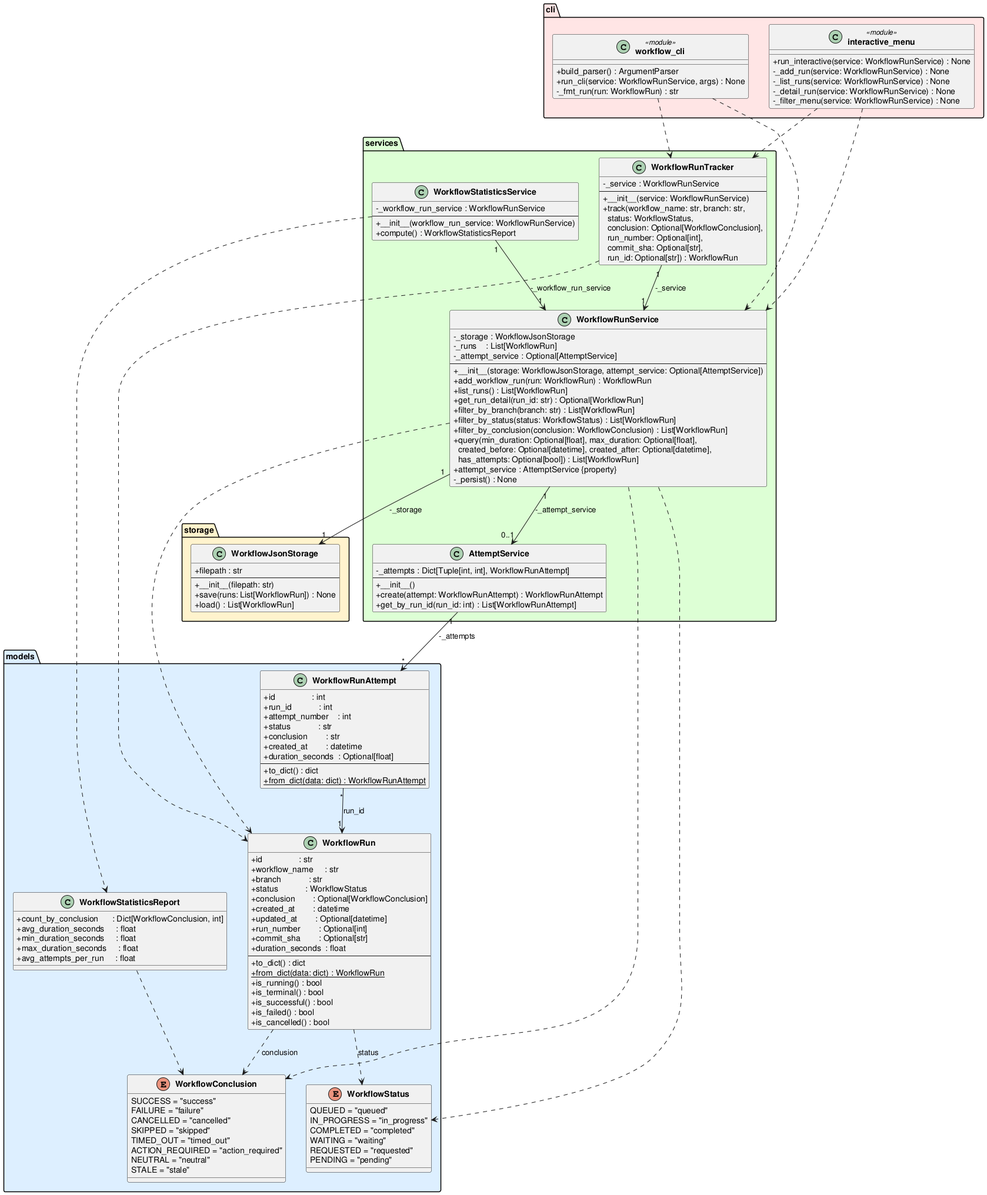
This is experiments/supervisor_as_tools/test_driven/github-workflow-manager/artifacts/class_diagram.png from DanielRiha8906/Software_autoevolution_using_agents, a PlantUML export, as it was before one commit.
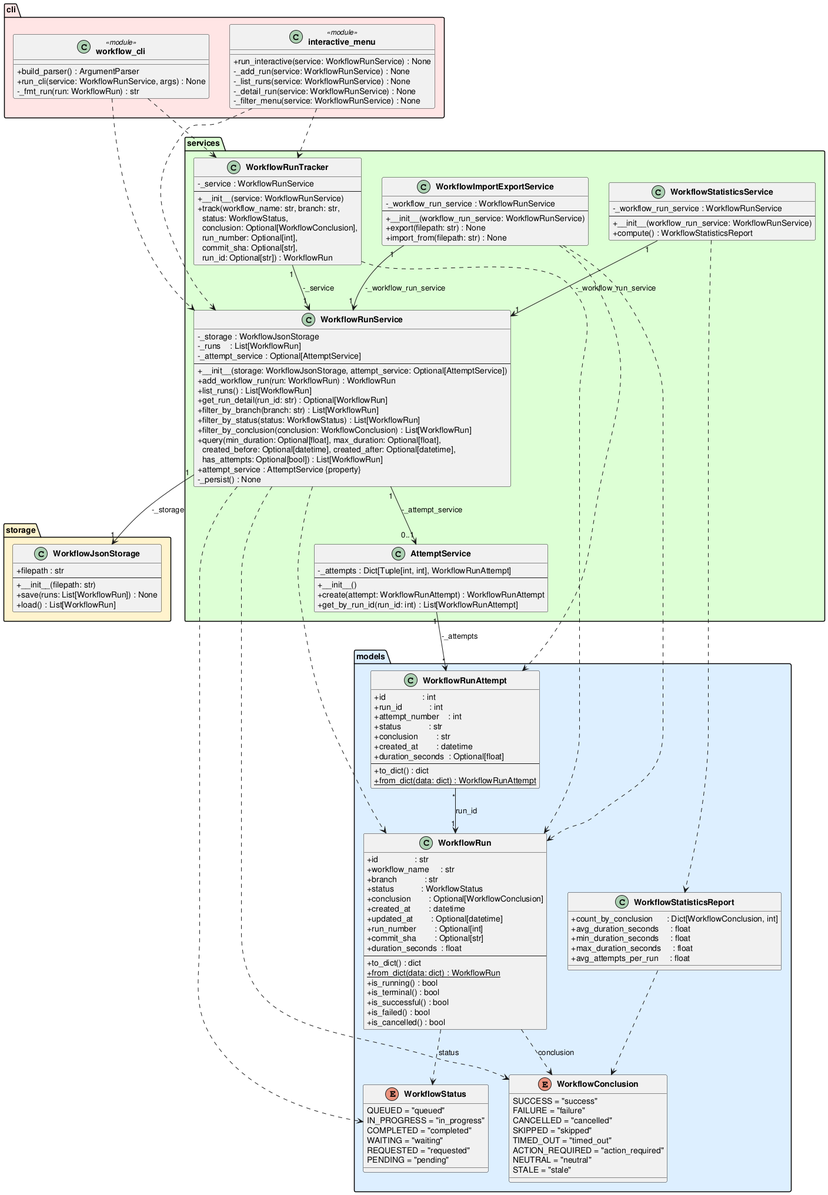
Above is the later version.

Change to the diagram source:
```diff
@@ -116,6 +116,14 @@
         +__init__(workflow_run_service: WorkflowRunService)
         +compute() : WorkflowStatisticsReport
     }
+
+    class WorkflowImportExportService {
+        -_workflow_run_service : WorkflowRunService
+        --
+        +__init__(workflow_run_service: WorkflowRunService)
+        +export(filepath: str) : None
+        +import_from(filepath: str) : None
+    }
 }
 
 package "cli" #FFE5E5 {
@@ -148,6 +156,9 @@
 WorkflowStatisticsService "1" --> "1" WorkflowRunService  : -_workflow_run_service
 WorkflowStatisticsService      ..>  WorkflowStatisticsReport
 WorkflowStatisticsReport       ..>  WorkflowConclusion
+WorkflowImportExportService "1" --> "1" WorkflowRunService  : -_workflow_run_service
+WorkflowImportExportService    ..>  WorkflowRun
+WorkflowImportExportService    ..>  WorkflowRunAttempt
 "workflow_cli"             ..>  WorkflowRunService
 "workflow_cli"             ..>  WorkflowRunTracker
 "interactive_menu"         ..>  WorkflowRunService
```
